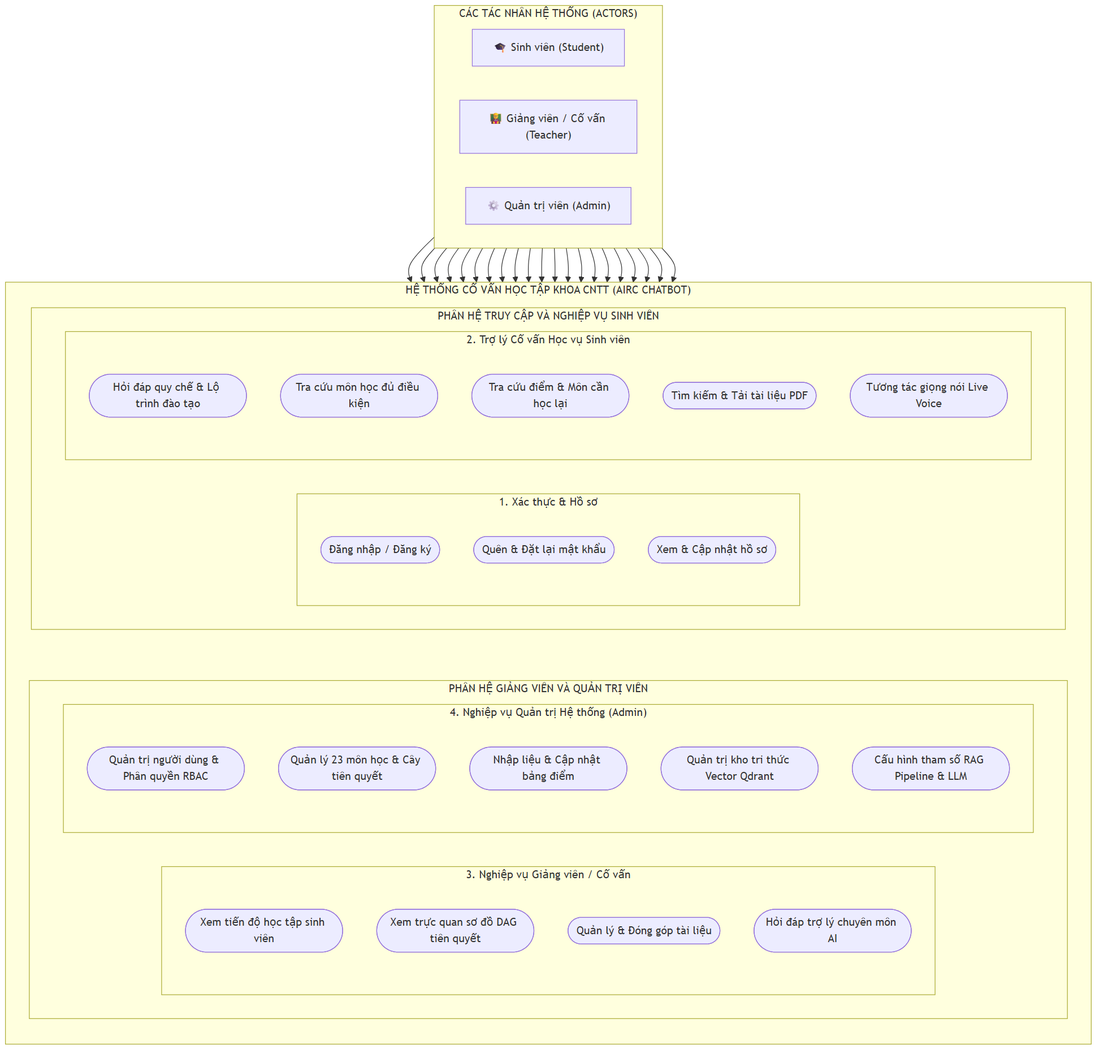
Before: Report/image/so_do_usecase_he_thong.png, a diagram exported from Mermaid (hoclaptrinh33/it_student_chatbot). Its source is kept beside it as Report/diagrams/so_do_usecase_he_thong.mmd.
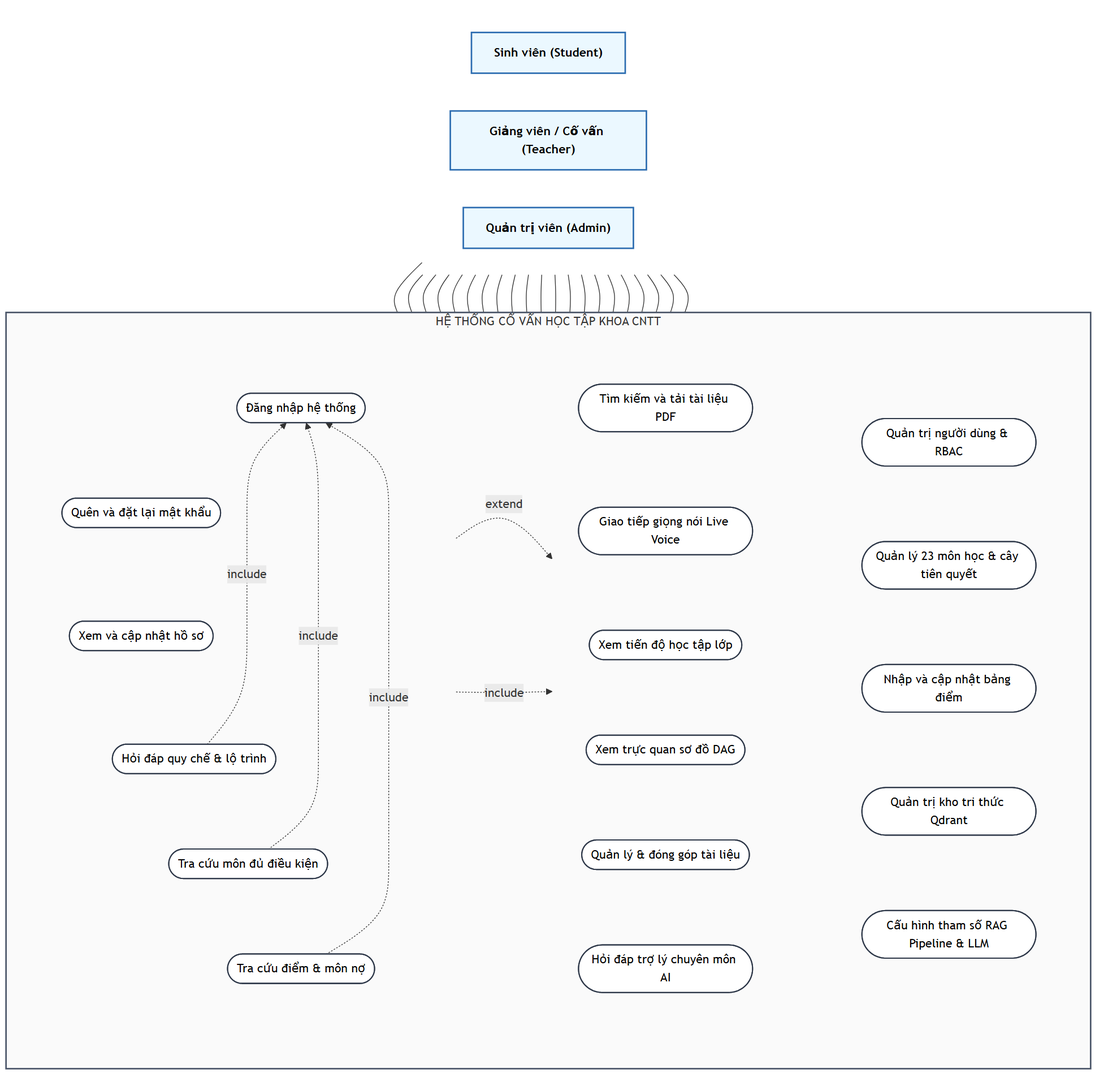
Later version of the same file.

What changed in the source:
```diff
@@ -1,75 +1,86 @@
 flowchart TB
-    subgraph ACTORS["CÁC TÁC NHÂN HỆ THỐNG (ACTORS)"]
+    subgraph ACTORS [" "]
         direction LR
-        SV["🎓 Sinh viên (Student)"]
-        GV["👨‍🏫 Giảng viên / Cố vấn (Teacher)"]
-        AD["⚙️ Quản trị viên (Admin)"]
+        SV["Sinh viên (Student)"]
+        GV["Giảng viên / Cố vấn (Teacher)"]
+        AD["Quản trị viên (Admin)"]
     end
 
-    subgraph SYSTEM["HỆ THỐNG CỐ VẤN HỌC TẬP KHOA CNTT (AIRC CHATBOT)"]
-        direction TB
+    subgraph SYSTEM ["HỆ THỐNG CỐ VẤN HỌC TẬP KHOA CNTT"]
+        direction LR
 
-        subgraph ROW1["PHÂN HỆ TRUY CẬP VÀ NGHIỆP VỤ SINH VIÊN"]
-            direction LR
-            subgraph G1["1. Xác thực & Hồ sơ"]
-                direction TB
-                UC1(["Đăng nhập / Đăng ký"])
-                UC2(["Quên & Đặt lại mật khẩu"])
-                UC3(["Xem & Cập nhật hồ sơ"])
-            end
-            subgraph G2["2. Trợ lý Cố vấn Học vụ Sinh viên"]
-                direction TB
-                UC4(["Hỏi đáp quy chế & Lộ trình đào tạo"])
-                UC5(["Tra cứu môn học đủ điều kiện"])
-                UC6(["Tra cứu điểm & Môn cần học lại"])
-                UC7(["Tìm kiếm & Tải tài liệu PDF"])
-                UC8(["Tương tác giọng nói Live Voice"])
-            end
+        subgraph COL1 [" "]
+            direction TB
+            UC1(["Đăng nhập hệ thống"])
+            UC2(["Quên và đặt lại mật khẩu"])
+            UC3(["Xem và cập nhật hồ sơ"])
+            UC4(["Hỏi đáp quy chế & lộ trình"])
+            UC5(["Tra cứu môn đủ điều kiện"])
+            UC6(["Tra cứu điểm & môn nợ"])
         end
 
-        subgraph ROW2["PHÂN HỆ GIẢNG VIÊN VÀ QUẢN TRỊ VIÊN"]
-            direction LR
-            subgraph G3["3. Nghiệp vụ Giảng viên / Cố vấn"]
-                direction TB
-                UC9(["Xem tiến độ học tập sinh viên"])
-                UC10(["Xem trực quan sơ đồ DAG tiên quyết"])
-                UC11(["Quản lý & Đóng góp tài liệu"])
-                UC12(["Hỏi đáp trợ lý chuyên môn AI"])
-            end
-            subgraph G4["4. Nghiệp vụ Quản trị Hệ thống (Admin)"]
-                direction TB
-                UC13(["Quản trị người dùng & Phân quyền RBAC"])
-                UC14(["Quản lý 23 môn học & Cây tiên quyết"])
-                UC15(["Nhập liệu & Cập nhật bảng điểm"])
-                UC16(["Quản trị kho tri thức Vector Qdrant"])
-                UC17(["Cấu hình tham số RAG Pipeline & LLM"])
-            end
+        subgraph COL2 [" "]
+            direction TB
+            UC7(["Tìm kiếm và tải tài liệu PDF"])
+            UC8(["Giao tiếp giọng nói Live Voice"])
+            UC9(["Xem tiến độ học tập lớp"])
+            UC10(["Xem trực quan sơ đồ DAG"])
+            UC11(["Quản lý & đóng góp tài liệu"])
+            UC12(["Hỏi đáp trợ lý chuyên môn AI"])
+        end
+
+        subgraph COL3 [" "]
+            direction TB
+            UC13(["Quản trị người dùng & RBAC"])
+            UC14(["Quản lý 23 môn học & cây tiên quyết"])
+            UC15(["Nhập và cập nhật bảng điểm"])
+            UC16(["Quản trị kho tri thức Qdrant"])
+            UC17(["Cấu hình tham số RAG Pipeline & LLM"])
         end
     end
 
+    UC1 ~~~ UC2 ~~~ UC3 ~~~ UC4 ~~~ UC5 ~~~ UC6
+    UC7 ~~~ UC8 ~~~ UC9 ~~~ UC10 ~~~ UC11 ~~~ UC12
+    UC13 ~~~ UC14 ~~~ UC15 ~~~ UC16 ~~~ UC17
+    COL1 ~~~ COL2 ~~~ COL3
     ACTORS ~~~ SYSTEM
-    ROW1 ~~~ ROW2
 
-    SV --> UC1
-    SV --> UC2
-    SV --> UC3
-    SV --> UC4
-    SV --> UC5
-    SV --> UC6
-    SV --> UC7
-    SV --> UC8
+    UC4 -.->|"include"| UC1
+    UC5 -.->|"include"| UC1
+    UC6 -.->|"include"| UC1
+    UC4 -.->|"extend"| UC8
+    UC4 -.->|"include"| UC7
 
-    GV --> UC1
-    GV --> UC3
-    GV --> UC9
-    GV --> UC10
-    GV --> UC11
-    GV --> UC12
+    SV --- UC1
+    SV --- UC2
+    SV --- UC3
+    SV --- UC4
+    SV --- UC5
+    SV --- UC6
+    SV --- UC7
+    SV --- UC8
 
-    AD --> UC1
-    AD --> UC3
-    AD --> UC13
-    AD --> UC14
-    AD --> UC15
-    AD --> UC16
-    AD --> UC17
+    GV --- UC1
+    GV --- UC3
+    GV --- UC9
+    GV --- UC10
+    GV --- UC11
+    GV --- UC12
+
+    AD --- UC1
+    AD --- UC3
+    AD --- UC13
+    AD --- UC14
+    AD --- UC15
+    AD --- UC16
+    AD --- UC17
+
+    style ACTORS fill:none,stroke:none;
+    style COL1 fill:none,stroke:none;
+    style COL2 fill:none,stroke:none;
+    style COL3 fill:none,stroke:none;
+    classDef actorStyle fill:#EBF8FF,stroke:#2B6CB0,stroke-width:2px,font-weight:bold,color:#000000;
+    classDef ucStyle fill:#FFFFFF,stroke:#2D3748,stroke-width:1.5px,color:#000000;
+    style SYSTEM stroke:#4A5568,stroke-width:2px,fill:#FAFAFA;
+    class SV,GV,AD actorStyle;
+    class UC1,UC2,UC3,UC4,UC5,UC6,UC7,UC8,UC9,UC10,UC11,UC12,UC13,UC14,UC15,UC16,UC17 ucStyle;
```
